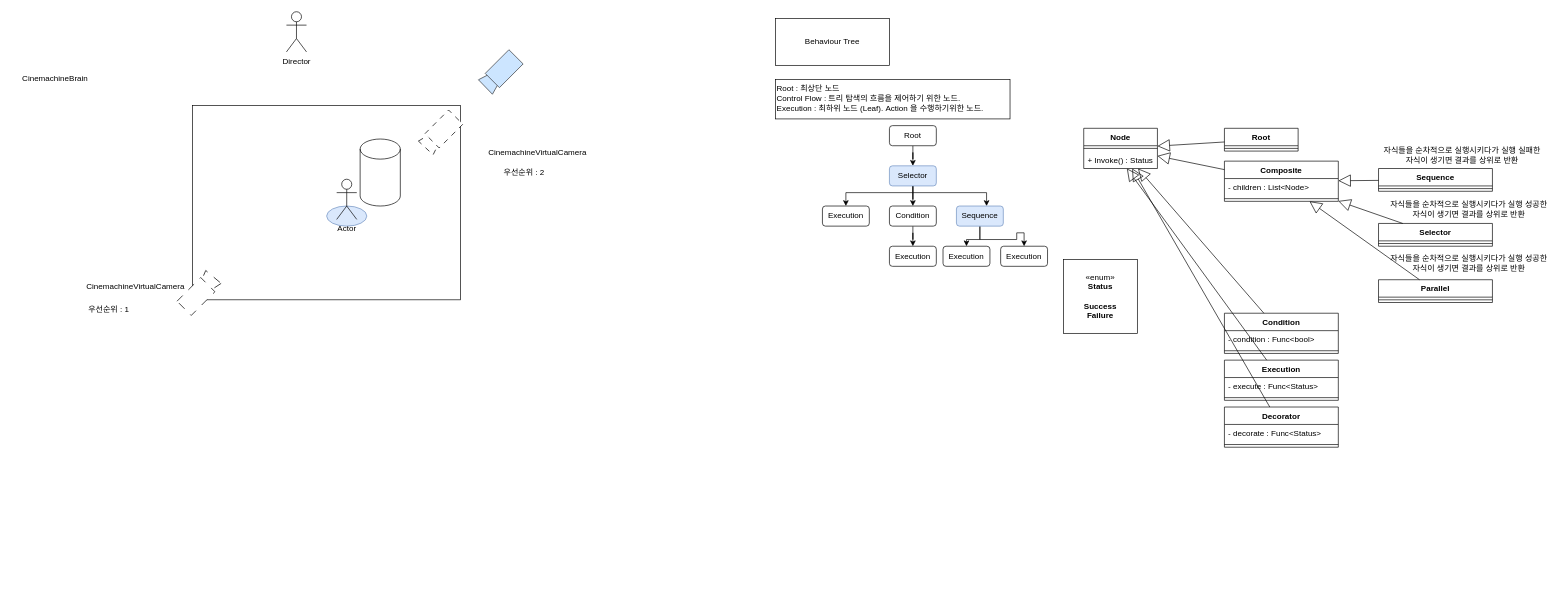
luke-youngmin-cho/UnityEngineBasic_7th keeps this draw.io diagram as RPG3D/RPG3D.drawio. Above is the earlier version. Source tidied: cells renumbered, new cells numbered last; positions are measured from the earlier drawing's top-left corner, leaving out a move shared by most shapes. Both pictures are drawn from the tidied source at 67%, with x=0, y=0 at pixel (11, 11).
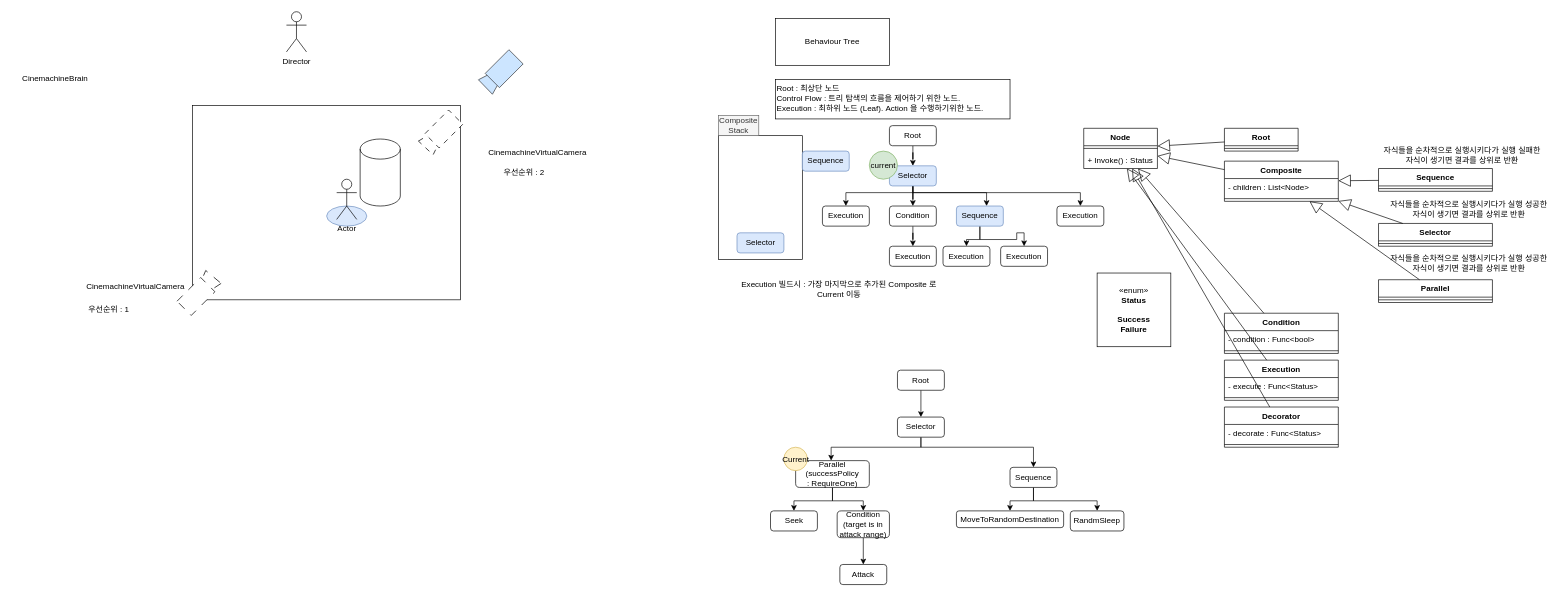
Above is the later version.

The change refers to these unchanged cells:
```xml
<mxCell id="25" value="Selector" style="rounded=1;whiteSpace=wrap;html=1;fillColor=#dae8fc;strokeColor=#6c8ebf;" parent="1" vertex="1">
  <mxGeometry x="1310" y="230" width="70" height="30" as="geometry" />
</mxCell>
```

Diff of the diagram source:
```diff
@@
+    <mxCell id="70" style="rounded=0;whiteSpace=wrap;html=1;" parent="1" vertex="1">
+      <mxGeometry x="1055" y="185" width="125" height="185" as="geometry" />
+    </mxCell>
@@
+    <mxCell id="71" style="edgeStyle=orthogonalEdgeStyle;rounded=0;jettySize=auto;html=1;" parent="1" edge="1" source="25" target="73">
+      <mxGeometry relative="1" as="geometry">
+        <Array as="points">
+          <mxPoint x="1345" y="270" />
+          <mxPoint x="1595" y="270" />
+        </Array>
+      </mxGeometry>
+    </mxCell>
@@
     <mxCell id="64" value="«enum»&lt;br&gt;&lt;b&gt;Status&lt;br&gt;&lt;br&gt;Success&lt;br&gt;Failure&lt;br&gt;&lt;/b&gt;" style="html=1;whiteSpace=wrap;" parent="1" vertex="1">
-      <mxGeometry x="1570" y="370" width="110" height="110" as="geometry" />
+      <mxGeometry x="1620" y="390" width="110" height="110" as="geometry" />
     </mxCell>
@@
+    <mxCell id="72" value="current" style="ellipse;whiteSpace=wrap;html=1;fillColor=#d5e8d4;strokeColor=#82b366;" parent="1" vertex="1">
+      <mxGeometry x="1280" y="208" width="42" height="42" as="geometry" />
+    </mxCell>
+    <mxCell id="73" value="Execution" style="rounded=1;whiteSpace=wrap;html=1;" parent="1" vertex="1">
+      <mxGeometry x="1560" y="290" width="70" height="30" as="geometry" />
+    </mxCell>
+    <mxCell id="74" value="Selector" style="rounded=1;whiteSpace=wrap;html=1;fillColor=#dae8fc;strokeColor=#6c8ebf;" parent="1" vertex="1">
+      <mxGeometry x="1082.5" y="330" width="70" height="30" as="geometry" />
+    </mxCell>
+    <mxCell id="75" value="Composite&lt;br&gt;Stack" style="text;html=1;strokeColor=#666666;fillColor=#f5f5f5;align=center;verticalAlign=middle;whiteSpace=wrap;rounded=0;fontColor=#333333;" parent="1" vertex="1">
+      <mxGeometry x="1055" y="155" width="60" height="30" as="geometry" />
+    </mxCell>
+    <mxCell id="76" value="Execution 빌드시 : 가장 마지막으로 추가된 Composite 로 Current 이동" style="text;html=1;strokeColor=none;fillColor=none;align=center;verticalAlign=middle;whiteSpace=wrap;rounded=0;" parent="1" vertex="1">
+      <mxGeometry x="1070" y="400" width="330" height="30" as="geometry" />
+    </mxCell>
+    <mxCell id="77" value="Sequence" style="rounded=1;whiteSpace=wrap;html=1;fillColor=#dae8fc;strokeColor=#6c8ebf;" parent="1" vertex="1">
+      <mxGeometry x="1180" y="208" width="70" height="30" as="geometry" />
+    </mxCell>
+    <mxCell id="78" style="edgeStyle=orthogonalEdgeStyle;rounded=0;jettySize=auto;html=1;entryX=0.5;entryY=0;entryDx=0;entryDy=0;" parent="1" edge="1" source="79" target="82">
+      <mxGeometry relative="1" as="geometry" />
+    </mxCell>
+    <mxCell id="79" value="Root" style="rounded=1;whiteSpace=wrap;html=1;" parent="1" vertex="1">
+      <mxGeometry x="1322" y="535" width="70" height="30" as="geometry" />
+    </mxCell>
+    <mxCell id="80" style="edgeStyle=orthogonalEdgeStyle;rounded=0;jettySize=auto;html=1;" parent="1" edge="1" source="82" target="89">
+      <mxGeometry relative="1" as="geometry">
+        <Array as="points">
+          <mxPoint x="1357" y="650" />
+          <mxPoint x="1223" y="650" />
+        </Array>
+      </mxGeometry>
+    </mxCell>
+    <mxCell id="81" style="edgeStyle=orthogonalEdgeStyle;rounded=0;jettySize=auto;html=1;" parent="1" edge="1" source="82" target="94">
+      <mxGeometry relative="1" as="geometry">
+        <Array as="points">
+          <mxPoint x="1357" y="650" />
+          <mxPoint x="1525" y="650" />
+        </Array>
+      </mxGeometry>
+    </mxCell>
+    <mxCell id="82" value="Selector" style="rounded=1;whiteSpace=wrap;html=1;" parent="1" vertex="1">
+      <mxGeometry x="1322" y="605" width="70" height="30" as="geometry" />
+    </mxCell>
+    <mxCell id="83" value="Seek" style="rounded=1;whiteSpace=wrap;html=1;" parent="1" vertex="1">
+      <mxGeometry x="1132.5" y="745" width="70" height="30" as="geometry" />
+    </mxCell>
+    <mxCell id="84" style="edgeStyle=orthogonalEdgeStyle;rounded=0;jettySize=auto;html=1;entryX=0.5;entryY=0;entryDx=0;entryDy=0;" parent="1" edge="1" source="85" target="86">
+      <mxGeometry relative="1" as="geometry" />
+    </mxCell>
+    <mxCell id="85" value="Condition&lt;br&gt;(target is in attack range)" style="rounded=1;whiteSpace=wrap;html=1;" parent="1" vertex="1">
+      <mxGeometry x="1232" y="745" width="78" height="40" as="geometry" />
+    </mxCell>
+    <mxCell id="86" value="Attack" style="rounded=1;whiteSpace=wrap;html=1;" parent="1" vertex="1">
+      <mxGeometry x="1236" y="825" width="70" height="30" as="geometry" />
+    </mxCell>
+    <mxCell id="87" style="edgeStyle=orthogonalEdgeStyle;rounded=0;jettySize=auto;html=1;" parent="1" edge="1" source="89" target="83">
+      <mxGeometry relative="1" as="geometry" />
+    </mxCell>
+    <mxCell id="88" style="edgeStyle=orthogonalEdgeStyle;rounded=0;jettySize=auto;html=1;" parent="1" edge="1" source="89" target="85">
+      <mxGeometry relative="1" as="geometry" />
+    </mxCell>
+    <mxCell id="89" value="Parallel&lt;br&gt;(successPolicy&lt;br&gt;: RequireOne)" style="rounded=1;whiteSpace=wrap;html=1;" parent="1" vertex="1">
+      <mxGeometry x="1170" y="670" width="110" height="40" as="geometry" />
+    </mxCell>
+    <mxCell id="90" value="MoveToRandomDestination" style="rounded=1;whiteSpace=wrap;html=1;" parent="1" vertex="1">
+      <mxGeometry x="1410" y="745" width="160" height="25" as="geometry" />
+    </mxCell>
+    <mxCell id="91" value="RandmSleep" style="rounded=1;whiteSpace=wrap;html=1;" parent="1" vertex="1">
+      <mxGeometry x="1580" y="745" width="80" height="30" as="geometry" />
+    </mxCell>
+    <mxCell id="92" style="edgeStyle=orthogonalEdgeStyle;rounded=0;jettySize=auto;html=1;" parent="1" edge="1" source="94" target="90">
+      <mxGeometry relative="1" as="geometry" />
+    </mxCell>
+    <mxCell id="93" style="edgeStyle=orthogonalEdgeStyle;rounded=0;jettySize=auto;html=1;" parent="1" edge="1" source="94" target="91">
+      <mxGeometry relative="1" as="geometry">
+        <Array as="points">
+          <mxPoint x="1525" y="730" />
+          <mxPoint x="1620" y="730" />
+        </Array>
+      </mxGeometry>
+    </mxCell>
+    <mxCell id="94" value="Sequence" style="rounded=1;whiteSpace=wrap;html=1;" parent="1" vertex="1">
+      <mxGeometry x="1490" y="680" width="70" height="30" as="geometry" />
+    </mxCell>
+    <mxCell id="95" value="Current" style="ellipse;whiteSpace=wrap;html=1;fillColor=#fff2cc;strokeColor=#d6b656;" parent="1" vertex="1">
+      <mxGeometry x="1152.5" y="650" width="35" height="35" as="geometry" />
+    </mxCell>
```
